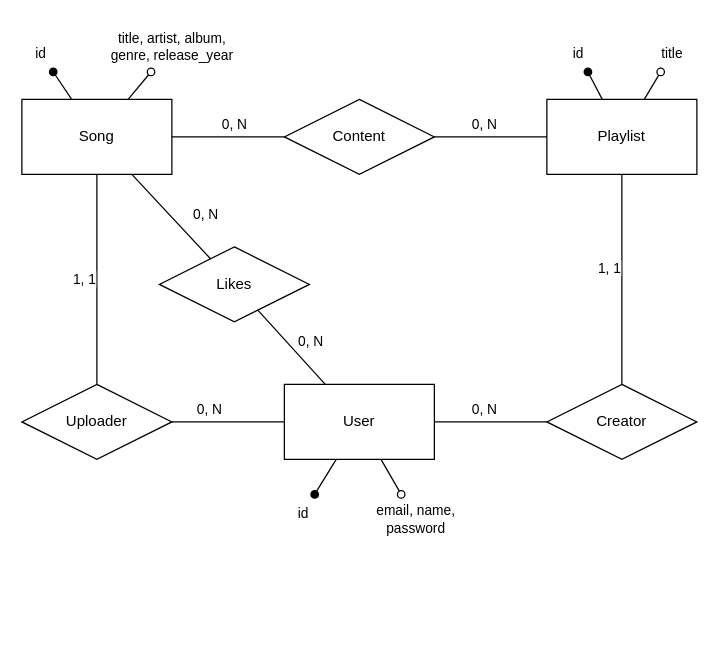
Before: ER diagram.drawio in serpest/MusicHosting, a draw.io diagram. Source tidied: cells renumbered, new cells numbered last; positions are measured from the earlier drawing's top-left corner, leaving out a move shared by most shapes. Both pictures are drawn from the tidied source at 125%, with x=0, y=0 at pixel (21, 21).
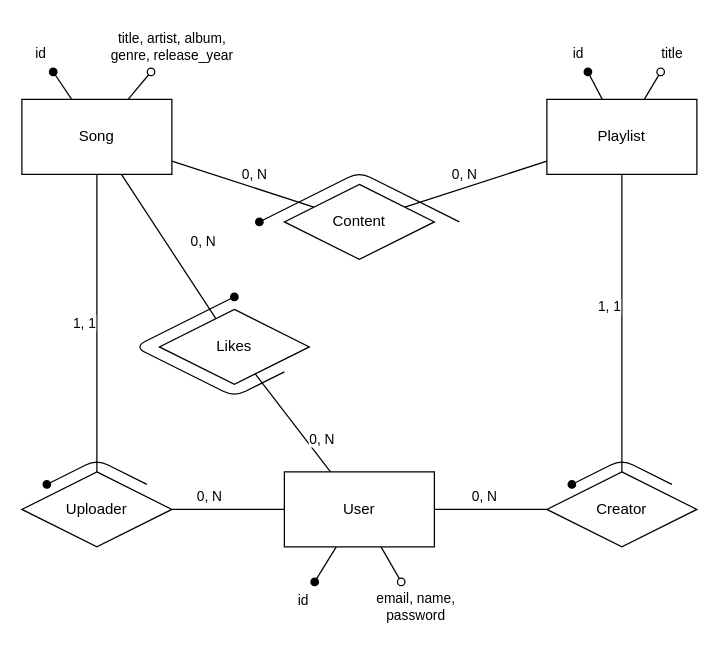
Above is the later version.

Commit message (it also covers changes not shown here):
Updtate ER diagram

The change refers to these unchanged cells:
```xml
<mxCell id="26" style="edgeStyle=none;html=1;endArrow=none;endFill=0;" parent="1" edge="1" source="28" target="10">
  <mxGeometry relative="1" as="geometry" />
</mxCell>
```

Change to the diagram source:
```diff
@@
     <mxCell id="10" value="User" style="whiteSpace=wrap;html=1;" parent="1" vertex="1">
-      <mxGeometry x="210" y="290" width="120" height="60" as="geometry" />
+      <mxGeometry x="210" y="360" width="120" height="60" as="geometry" />
     </mxCell>
@@
     <mxCell id="13" value="Content" style="rhombus;whiteSpace=wrap;html=1;" parent="1" vertex="1">
-      <mxGeometry x="210" y="62" width="120" height="60" as="geometry" />
+      <mxGeometry x="210" y="130" width="120" height="60" as="geometry" />
     </mxCell>
@@
     <mxCell id="16" value="Uploader" style="rhombus;whiteSpace=wrap;html=1;" parent="1" vertex="1">
-      <mxGeometry y="290" width="120" height="60" as="geometry" />
+      <mxGeometry y="360" width="120" height="60" as="geometry" />
     </mxCell>
@@
     <mxCell id="19" value="Creator" style="rhombus;whiteSpace=wrap;html=1;" parent="1" vertex="1">
-      <mxGeometry x="420" y="290" width="120" height="60" as="geometry" />
+      <mxGeometry x="420" y="360" width="120" height="60" as="geometry" />
     </mxCell>
     <mxCell id="20" value="id" style="text;html=1;align=center;verticalAlign=middle;points=[];strokeColor=none;fillColor=none;fontFamily=Helvetica;fontSize=11;fontColor=default;labelBackgroundColor=default;" parent="1" vertex="1">
-      <mxGeometry x="210" y="378" width="30" height="30" as="geometry" />
+      <mxGeometry x="210" y="448" width="30" height="30" as="geometry" />
     </mxCell>
     <mxCell id="21" value="email, name,&lt;div&gt;password&lt;/div&gt;" style="text;html=1;align=center;verticalAlign=middle;points=[];strokeColor=none;fillColor=none;fontFamily=Helvetica;fontSize=11;fontColor=default;labelBackgroundColor=default;" parent="1" vertex="1">
-      <mxGeometry x="270" y="378" width="90" height="40" as="geometry" />
+      <mxGeometry x="270" y="448" width="90" height="40" as="geometry" />
     </mxCell>
@@
     <mxCell id="27" value="0, N" style="edgeLabel;html=1;align=center;verticalAlign=middle;" parent="26" vertex="1">
       <mxGeometry x="0.01" y="2" relative="1" as="geometry">
-        <mxPoint x="13" y="-4" as="offset" />
+        <mxPoint x="21" y="13" as="offset" />
       </mxGeometry>
     </mxCell>
     <mxCell id="28" value="Likes" style="rhombus;whiteSpace=wrap;html=1;" parent="1" vertex="1">
-      <mxGeometry x="110" y="180" width="120" height="60" as="geometry" />
+      <mxGeometry x="110" y="230" width="120" height="60" as="geometry" />
     </mxCell>
@@
+    <mxCell id="31" style="endArrow=none;html=1;startArrow=oval;startFill=1;" parent="1" edge="1">
+      <mxGeometry relative="1" as="geometry">
+        <mxPoint x="190" y="160" as="sourcePoint" />
+        <mxPoint x="350" y="160" as="targetPoint" />
+        <Array as="points">
+          <mxPoint x="270" y="120" />
+        </Array>
+      </mxGeometry>
+    </mxCell>
+    <mxCell id="32" style="endArrow=none;html=1;startArrow=oval;startFill=1;" parent="1" edge="1">
+      <mxGeometry relative="1" as="geometry">
+        <mxPoint x="170" y="220" as="sourcePoint" />
+        <mxPoint x="210" y="280" as="targetPoint" />
+        <Array as="points">
+          <mxPoint x="90" y="260" />
+          <mxPoint x="170" y="300" />
+        </Array>
+      </mxGeometry>
+    </mxCell>
+    <mxCell id="33" style="endArrow=none;html=1;startArrow=oval;startFill=1;" parent="1" edge="1">
+      <mxGeometry relative="1" as="geometry">
+        <mxPoint x="20" y="370" as="sourcePoint" />
+        <mxPoint x="100" y="370" as="targetPoint" />
+        <Array as="points">
+          <mxPoint x="60" y="350" />
+        </Array>
+      </mxGeometry>
+    </mxCell>
+    <mxCell id="34" style="endArrow=none;html=1;startArrow=oval;startFill=1;" parent="1" edge="1">
+      <mxGeometry relative="1" as="geometry">
+        <mxPoint x="440" y="370" as="sourcePoint" />
+        <mxPoint x="520" y="370" as="targetPoint" />
+        <Array as="points">
+          <mxPoint x="480" y="350" />
+        </Array>
+      </mxGeometry>
+    </mxCell>
```
